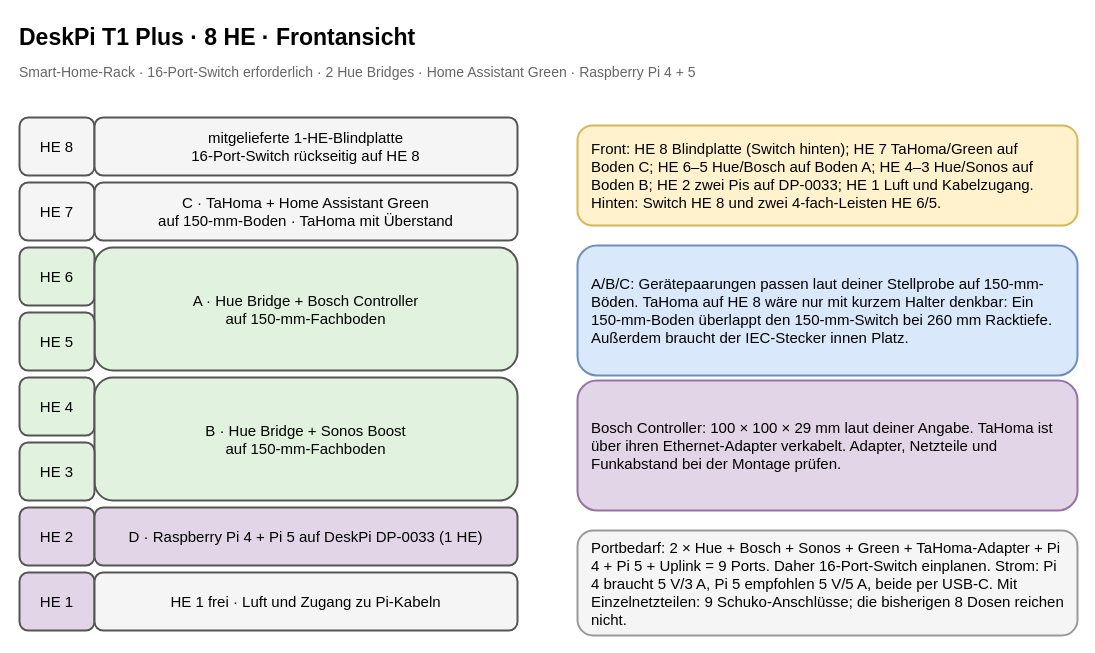
Earlier version of the draw.io diagram page "DeskPi 8 HE – Front" (1 of 4) of 10-zoll-rack-planung.drawio (tiptronic/diagrams). Source tidied: cells renumbered, new cells numbered last; positions are measured from the earlier drawing's top-left corner, leaving out a move shared by most shapes. Both pictures are drawn from the tidied source at 100%, with x=0, y=0 at pixel (17, 17).
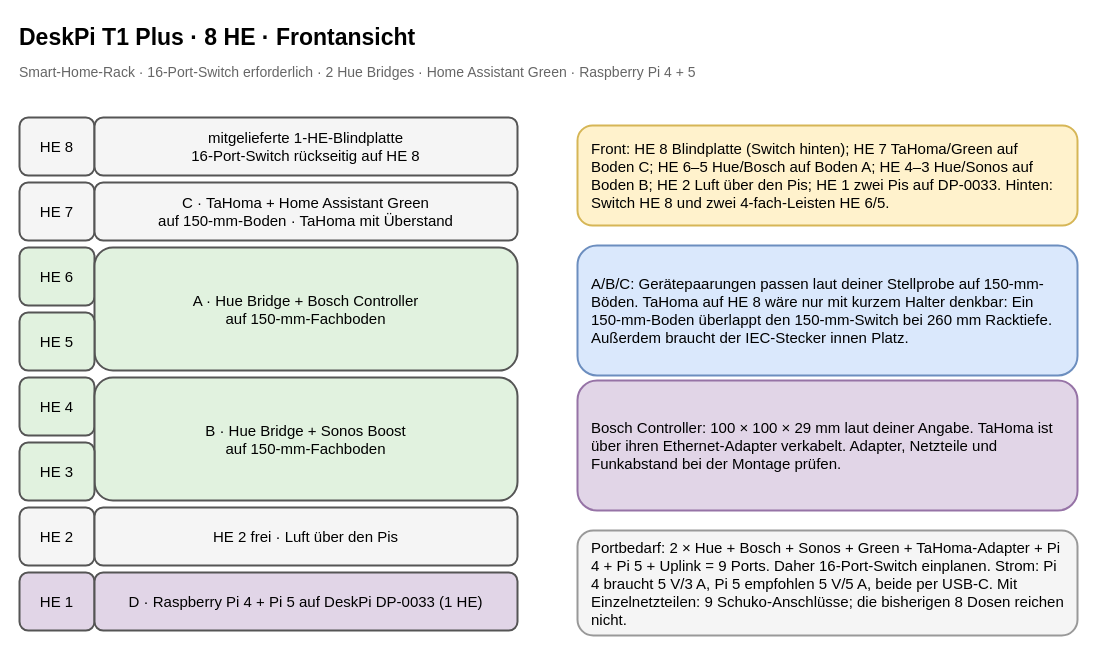
After the change.

Commit message (it also covers changes not shown here):
Move Raspberry Pis to bottom rack unit

Diff of the diagram source:
```diff
@@
-    <mxCell id="14" value="HE 2" style="rounded=1;whiteSpace=wrap;html=1;align=center;verticalAlign=middle;strokeWidth=2;fontSize=15;fillColor=#e1d5e7;strokeColor=#555555;" parent="1" vertex="1">
+    <mxCell id="14" value="HE 2" style="rounded=1;whiteSpace=wrap;html=1;align=center;verticalAlign=middle;strokeWidth=2;fontSize=15;fillColor=#f5f5f5;strokeColor=#555555;" parent="1" vertex="1">
       <mxGeometry x="2" y="490" width="75" height="58" as="geometry" />
     </mxCell>
-    <mxCell id="15" value="D · Raspberry Pi 4 + Pi 5 auf DeskPi DP-0033 (1 HE)" style="rounded=1;whiteSpace=wrap;html=1;align=center;verticalAlign=middle;strokeWidth=2;fontSize=15;fillColor=#e1d5e7;strokeColor=#555555;" parent="1" vertex="1">
+    <mxCell id="15" value="HE 2 frei · Luft über den Pis" style="rounded=1;whiteSpace=wrap;html=1;align=center;verticalAlign=middle;strokeWidth=2;fontSize=15;fillColor=#f5f5f5;strokeColor=#555555;" parent="1" vertex="1">
       <mxGeometry x="77" y="490" width="423" height="58" as="geometry" />
     </mxCell>
@@
-    <mxCell id="17" value="HE 1 frei · Luft und Zugang zu Pi-Kabeln" style="rounded=1;whiteSpace=wrap;html=1;align=center;verticalAlign=middle;strokeWidth=2;fontSize=15;fillColor=#f5f5f5;strokeColor=#555555;" parent="1" vertex="1">
+    <mxCell id="17" value="D · Raspberry Pi 4 + Pi 5 auf DeskPi DP-0033 (1 HE)" style="rounded=1;whiteSpace=wrap;html=1;align=center;verticalAlign=middle;strokeWidth=2;fontSize=15;fillColor=#e1d5e7;strokeColor=#555555;" parent="1" vertex="1">
       <mxGeometry x="77" y="555" width="423" height="58" as="geometry" />
     </mxCell>
-    <mxCell id="18" value="Front: HE 8 Blindplatte (Switch hinten); HE 7 TaHoma/Green auf Boden C; HE 6–5 Hue/Bosch auf Boden A; HE 4–3 Hue/Sonos auf Boden B; HE 2 zwei Pis auf DP-0033; HE 1 Luft und Kabelzugang. Hinten: Switch HE 8 und zwei 4-fach-Leisten HE 6/5." style="rounded=1;whiteSpace=wrap;html=1;align=center;verticalAlign=middle;strokeWidth=2;fontSize=15;align=left;spacing=14;fillColor=#fff2cc;strokeColor=#d6b656;" parent="1" vertex="1">
+    <mxCell id="18" value="Front: HE 8 Blindplatte (Switch hinten); HE 7 TaHoma/Green auf Boden C; HE 6–5 Hue/Bosch auf Boden A; HE 4–3 Hue/Sonos auf Boden B; HE 2 Luft über den Pis; HE 1 zwei Pis auf DP-0033. Hinten: Switch HE 8 und zwei 4-fach-Leisten HE 6/5." style="rounded=1;whiteSpace=wrap;html=1;align=center;verticalAlign=middle;strokeWidth=2;fontSize=15;align=left;spacing=14;fillColor=#fff2cc;strokeColor=#d6b656;" parent="1" vertex="1">
       <mxGeometry x="560" y="108" width="500" height="100" as="geometry" />
     </mxCell>
```
